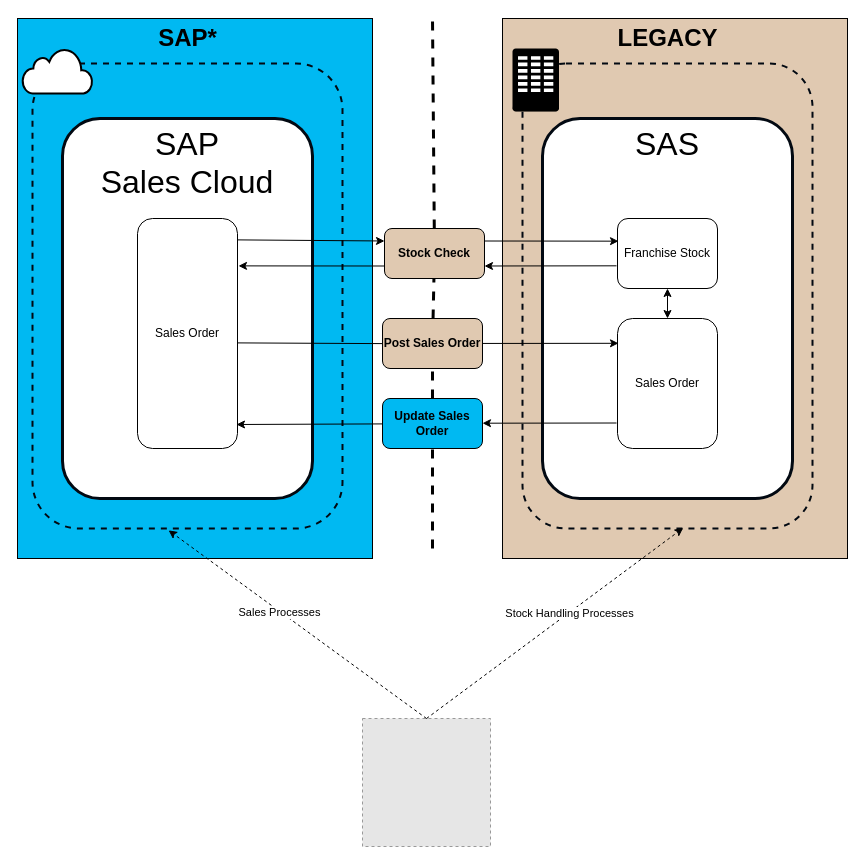
Above: page "Option 3a - SAS" (5 of 9) of Franchise.drawio in mrf742002/Diagrams (draw.io), before the change. Source tidied: cells renumbered, new cells numbered last; positions are measured from the earlier drawing's top-left corner, leaving out a move shared by most shapes. Both pictures are drawn from the tidied source at 100%, with x=0, y=0 at pixel (17, 18). Pictures stored in the file or linked from it are replaced by grey dashed boxes.
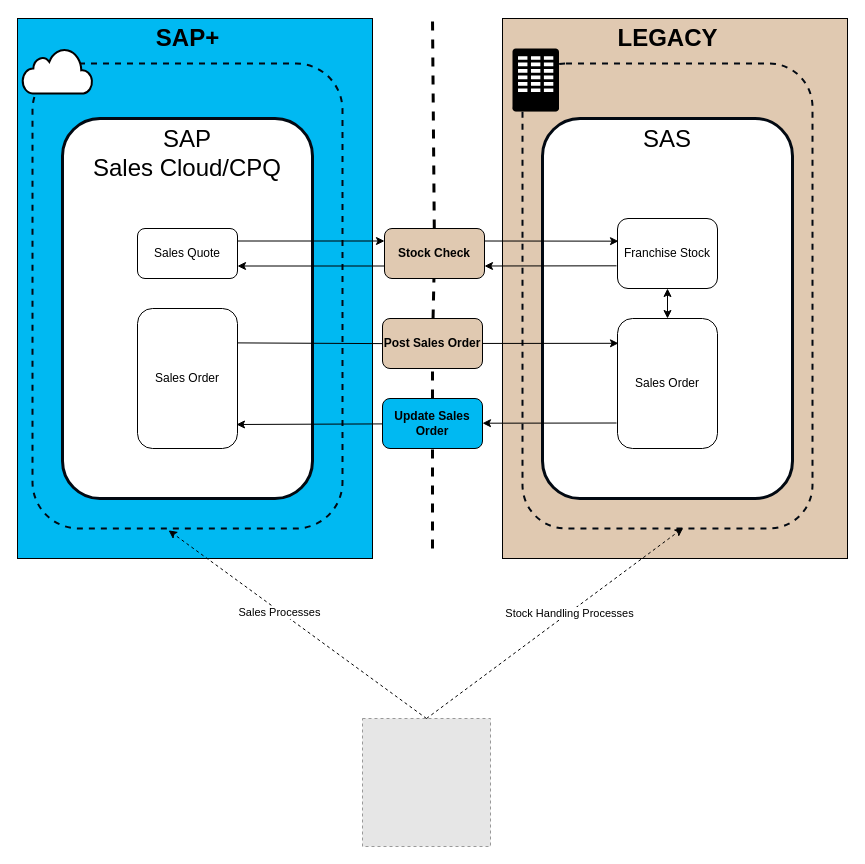
The same diagram, later.

Unchanged cells that the change refers to:
```xml
<mxCell id="29" value="Stock Check" style="rounded=1;whiteSpace=wrap;html=1;fontStyle=1;fillColor=#E0C9B1;" parent="1" vertex="1">
  <mxGeometry x="367" y="210" width="100" height="50" as="geometry" />
</mxCell>
```

The edit, as a diff of the source:
```diff
@@
-    <mxCell id="6" value="&lt;font style=&quot;font-size: 32px&quot;&gt;SAS&lt;/font&gt;" style="rounded=1;whiteSpace=wrap;html=1;verticalAlign=top;strokeWidth=3;strokeColor=#020912;" parent="1" vertex="1">
+    <mxCell id="6" value="&lt;font style=&quot;font-size: 24px&quot;&gt;SAS&lt;/font&gt;" style="rounded=1;whiteSpace=wrap;html=1;verticalAlign=top;strokeWidth=3;strokeColor=#020912;" parent="1" vertex="1">
       <mxGeometry x="525" y="100" width="250" height="380" as="geometry" />
     </mxCell>
@@
-    <mxCell id="8" value="&lt;font style=&quot;font-size: 32px&quot;&gt;SAP &lt;br&gt;Sales Cloud&lt;/font&gt;" style="rounded=1;whiteSpace=wrap;html=1;verticalAlign=top;strokeWidth=3;strokeColor=#020912;" parent="1" vertex="1">
+    <mxCell id="8" value="&lt;font style=&quot;font-size: 24px&quot;&gt;SAP &lt;br&gt;Sales Cloud/CPQ&lt;/font&gt;" style="rounded=1;whiteSpace=wrap;html=1;verticalAlign=top;strokeWidth=3;strokeColor=#020912;" parent="1" vertex="1">
       <mxGeometry x="45" y="100" width="250" height="380" as="geometry" />
     </mxCell>
@@
     <mxCell id="10" value="Sales Order" style="rounded=1;whiteSpace=wrap;html=1;" parent="1" vertex="1">
-      <mxGeometry x="120" y="200" width="100" height="230" as="geometry" />
+      <mxGeometry x="120" y="290" width="100" height="140" as="geometry" />
     </mxCell>
-    <mxCell id="11" style="endArrow=classic;html=1;entryX=0;entryY=0.25;entryDx=0;entryDy=0;exitX=0.997;exitY=0.093;exitDx=0;exitDy=0;exitPerimeter=0;" parent="1" edge="1" source="10" target="29">
+    <mxCell id="11" style="endArrow=classic;html=1;entryX=0;entryY=0.25;entryDx=0;entryDy=0;exitX=1;exitY=0.25;exitDx=0;exitDy=0;" parent="1" edge="1" source="36" target="29">
       <mxGeometry relative="1" as="geometry" />
     </mxCell>
-    <mxCell id="12" style="endArrow=classic;html=1;exitX=0;exitY=0.75;exitDx=0;exitDy=0;entryX=1.01;entryY=0.206;entryDx=0;entryDy=0;entryPerimeter=0;" parent="1" edge="1" source="29" target="10">
+    <mxCell id="12" style="endArrow=classic;html=1;exitX=0;exitY=0.75;exitDx=0;exitDy=0;entryX=1;entryY=0.75;entryDx=0;entryDy=0;" parent="1" edge="1" source="29" target="36">
       <mxGeometry relative="1" as="geometry" />
     </mxCell>
@@
-    <mxCell id="20" value="&lt;font style=&quot;font-size: 24px&quot;&gt;SAP*&lt;/font&gt;" style="text;html=1;align=center;verticalAlign=middle;strokeColor=none;fontStyle=1;" parent="1" vertex="1">
-      <mxGeometry x="135" y="10" width="70" height="20" as="geometry" />
+    <mxCell id="20" value="&lt;font style=&quot;font-size: 24px&quot;&gt;SAP+&lt;/font&gt;" style="text;html=1;align=center;verticalAlign=middle;strokeColor=none;fontStyle=1;" parent="1" vertex="1">
+      <mxGeometry x="130" y="10" width="80" height="20" as="geometry" />
     </mxCell>
@@
+    <mxCell id="36" value="Sales Quote" style="rounded=1;whiteSpace=wrap;html=1;" parent="1" vertex="1">
+      <mxGeometry x="120" y="210" width="100" height="50" as="geometry" />
+    </mxCell>
```
